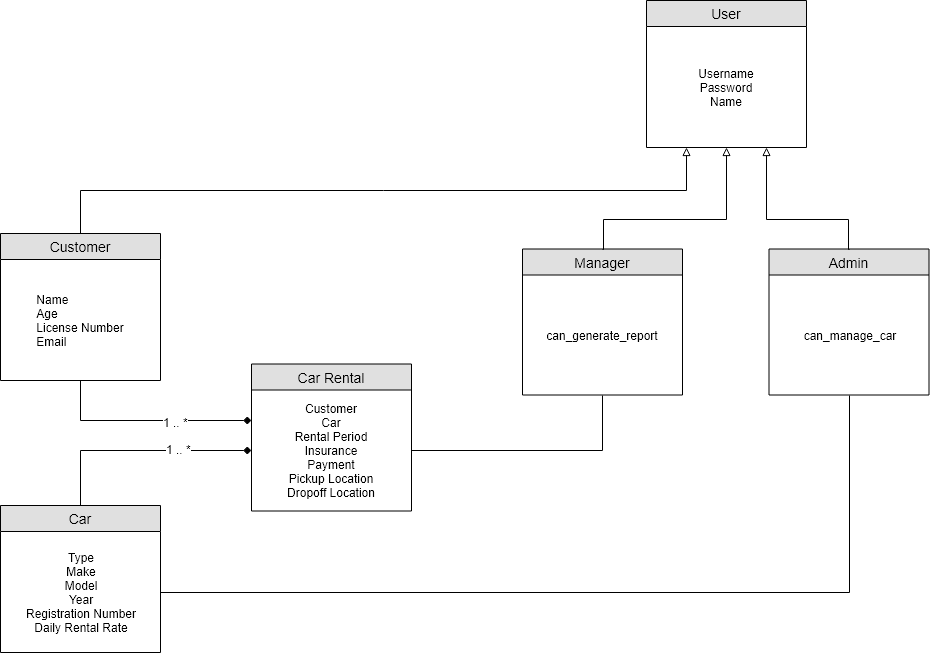
Before: blog/__hugo/static/post/lab03_04/class-diagram.drawio.png, a diagram exported from draw.io (featherbear/UNSW-COMP1531). Source tidied: cells renumbered, new cells last; positions are measured from the earlier drawing's top-left corner, leaving out a move shared by most shapes.
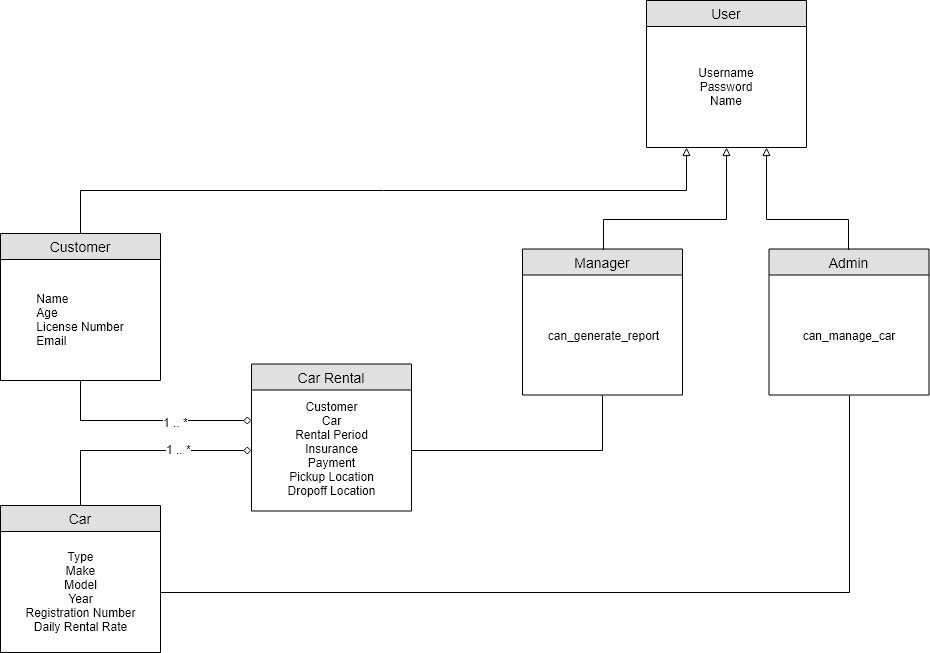
After the change.

Diff of the diagram source:
```diff
@@ -56,13 +56,13 @@
     <mxCell id="19" value="&lt;div&gt;&lt;br&gt;&lt;/div&gt;&lt;div&gt;Customer&lt;br&gt;&lt;/div&gt;&lt;div&gt;Car&lt;/div&gt;&lt;div&gt;Rental Period&lt;/div&gt;&lt;div&gt;Insurance&lt;/div&gt;&lt;div&gt;Payment&lt;br&gt;&lt;/div&gt;&lt;div&gt;Pickup Location&lt;/div&gt;&lt;div&gt;Dropoff Location&lt;/div&gt;&lt;div&gt;&lt;br&gt;&lt;/div&gt;" style="text;html=1;strokeColor=none;fillColor=none;align=center;verticalAlign=middle;whiteSpace=wrap;rounded=0;" parent="18" vertex="1">
       <mxGeometry y="26" width="160" height="121" as="geometry" />
     </mxCell>
-    <mxCell id="20" style="edgeStyle=orthogonalEdgeStyle;rounded=0;jettySize=auto;html=1;exitX=0.5;exitY=1;exitDx=0;exitDy=0;entryX=0;entryY=0.25;entryDx=0;entryDy=0;endArrow=diamond;endFill=1;" parent="1" edge="1" source="6" target="19">
+    <mxCell id="20" style="edgeStyle=orthogonalEdgeStyle;rounded=0;jettySize=auto;html=1;exitX=0.5;exitY=1;exitDx=0;exitDy=0;entryX=0;entryY=0.25;entryDx=0;entryDy=0;endArrow=diamond;endFill=0;" parent="1" edge="1" source="6" target="19">
       <mxGeometry relative="1" as="geometry" />
     </mxCell>
     <mxCell id="21" value="1 .. *" style="text;html=1;align=center;verticalAlign=middle;labelBackgroundColor=#ffffff;" parent="20" vertex="1">
       <mxGeometry x="0.28" y="-1" relative="1" as="geometry" />
     </mxCell>
-    <mxCell id="22" style="edgeStyle=orthogonalEdgeStyle;rounded=0;jettySize=auto;html=1;exitX=0.5;exitY=0;exitDx=0;exitDy=0;entryX=0;entryY=0.5;entryDx=0;entryDy=0;endArrow=diamond;endFill=1;" parent="1" edge="1" source="3" target="19">
+    <mxCell id="22" style="edgeStyle=orthogonalEdgeStyle;rounded=0;jettySize=auto;html=1;exitX=0.5;exitY=0;exitDx=0;exitDy=0;entryX=0;entryY=0.5;entryDx=0;entryDy=0;endArrow=diamond;endFill=0;" parent="1" edge="1" source="3" target="19">
       <mxGeometry relative="1" as="geometry" />
     </mxCell>
     <mxCell id="23" value="1 .. *" style="text;html=1;align=center;verticalAlign=middle;labelBackgroundColor=#ffffff;" parent="22" vertex="1">
```
